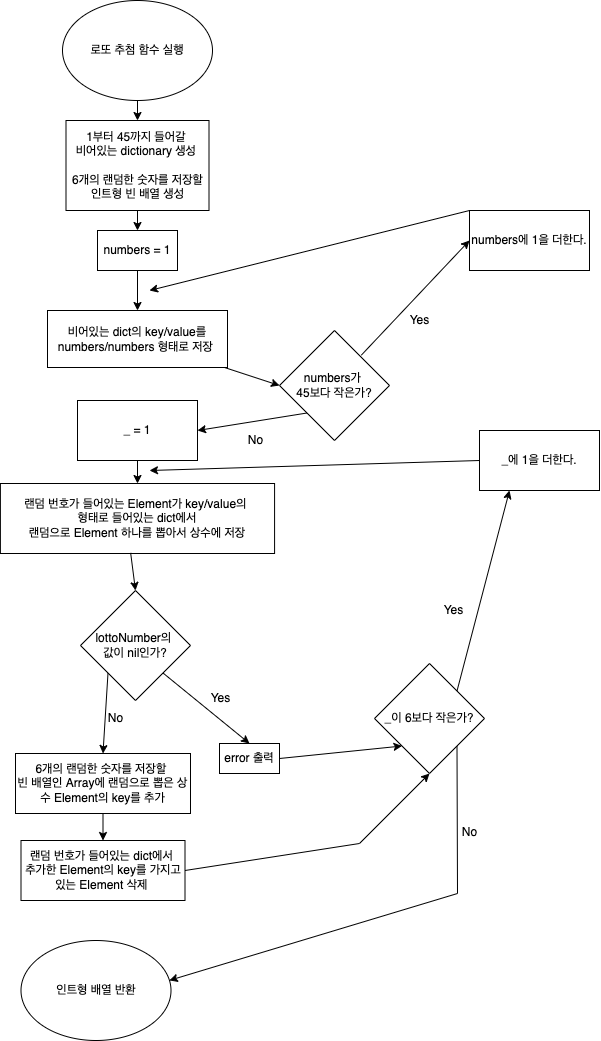
Above: CodeStarterCamp_Week2/randomLotto.flowchart.png in yagom-academy/swift-starter-Round2 (draw.io), before the change. Source tidied: cells renumbered, new cells last; positions are measured from the earlier drawing's top-left corner, leaving out a move shared by most shapes.
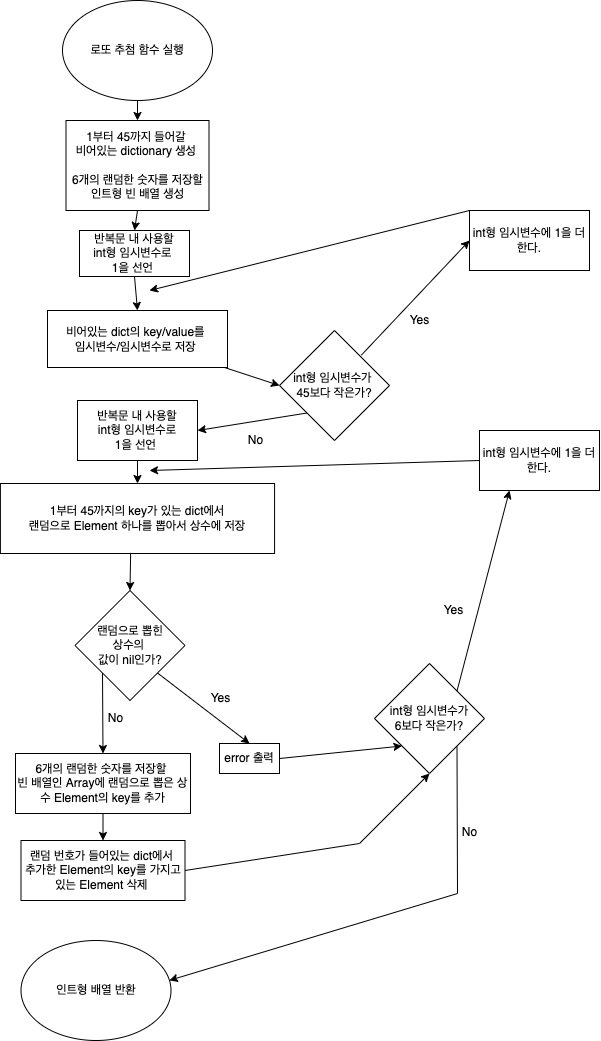
Later version of the same file.

Commit message:
randomLotto Flowchart png file update && 코드없는 순서도로 변경

What changed in the source:
```diff
@@ -14,19 +14,19 @@
     <mxCell id="5" style="endArrow=classic;html=1;rounded=0;exitX=0.5;exitY=1;exitDx=0;exitDy=0;entryX=0.5;entryY=0;entryDx=0;entryDy=0;" parent="1" edge="1" source="2" target="4">
       <mxGeometry relative="1" as="geometry" />
     </mxCell>
-    <mxCell id="6" value="numbers = 1" style="rounded=0;whiteSpace=wrap;html=1;" parent="1" vertex="1">
-      <mxGeometry x="97" y="230" width="80" height="40" as="geometry" />
+    <mxCell id="6" value="반복문 내 사용할&lt;br&gt;int형 임시변수로 &lt;br&gt;1을 선언&amp;nbsp;" style="rounded=0;whiteSpace=wrap;html=1;" parent="1" vertex="1">
+      <mxGeometry x="79" y="230" width="110" height="46" as="geometry" />
     </mxCell>
     <mxCell id="7" style="endArrow=classic;html=1;rounded=0;exitX=0.5;exitY=1;exitDx=0;exitDy=0;entryX=0.5;entryY=0;entryDx=0;entryDy=0;" parent="1" edge="1" source="4" target="6">
       <mxGeometry relative="1" as="geometry" />
     </mxCell>
-    <mxCell id="8" value="numbers가 &lt;br&gt;45보다 작은가?" style="rhombus;whiteSpace=wrap;html=1;" parent="1" vertex="1">
+    <mxCell id="8" value="int형 임시변수가 &lt;br&gt;45보다 작은가?" style="rhombus;whiteSpace=wrap;html=1;" parent="1" vertex="1">
       <mxGeometry x="279" y="330" width="110" height="110" as="geometry" />
     </mxCell>
-    <mxCell id="9" value="numbers에 1을 더한다." style="rounded=0;whiteSpace=wrap;html=1;" parent="1" vertex="1">
+    <mxCell id="9" value="int형 임시변수에 1을 더한다." style="rounded=0;whiteSpace=wrap;html=1;" parent="1" vertex="1">
       <mxGeometry x="469" y="210" width="120" height="60" as="geometry" />
     </mxCell>
-    <mxCell id="10" value="&lt;span&gt;비어있는 dict의 key/value를 numbers/&lt;/span&gt;numbers 형태로 저장&lt;span&gt;&amp;nbsp;&lt;br&gt;&lt;/span&gt;" style="rounded=0;whiteSpace=wrap;html=1;" parent="1" vertex="1">
+    <mxCell id="10" value="&lt;span&gt;비어있는 dict의 key/value를 &lt;br&gt;&lt;/span&gt;임시변수/임시변수로 저장&lt;span&gt;&amp;nbsp;&lt;br&gt;&lt;/span&gt;" style="rounded=0;whiteSpace=wrap;html=1;" parent="1" vertex="1">
       <mxGeometry x="47" y="310" width="180" height="57" as="geometry" />
     </mxCell>
     <mxCell id="11" style="endArrow=classic;html=1;rounded=0;exitX=0.5;exitY=1;exitDx=0;exitDy=0;entryX=0.5;entryY=0;entryDx=0;entryDy=0;" parent="1" edge="1" source="6" target="10">
@@ -46,7 +46,7 @@
         <mxPoint x="149" y="290" as="targetPoint" />
       </mxGeometry>
     </mxCell>
-    <mxCell id="16" value="_ = 1" style="rounded=0;whiteSpace=wrap;html=1;" parent="1" vertex="1">
+    <mxCell id="16" value="반복문 내 사용할&lt;br&gt;int형 임시변수로&lt;br&gt;1을 선언&amp;nbsp;" style="rounded=0;whiteSpace=wrap;html=1;" parent="1" vertex="1">
       <mxGeometry x="77" y="400" width="120" height="60" as="geometry" />
     </mxCell>
     <mxCell id="17" style="endArrow=classic;html=1;rounded=0;exitX=0;exitY=1;exitDx=0;exitDy=0;entryX=1;entryY=0.5;entryDx=0;entryDy=0;" parent="1" edge="1" source="8" target="16">
@@ -55,14 +55,14 @@
     <mxCell id="18" value="No" style="text;html=1;align=center;verticalAlign=middle;strokeColor=none;fillColor=none;" parent="1" vertex="1">
       <mxGeometry x="239.5" y="430" width="30" height="20" as="geometry" />
     </mxCell>
-    <mxCell id="19" value="랜덤 번호가 들어있는 Element가 key/value의 &lt;br&gt;형태로 들어있는 dict에서&lt;br&gt;랜덤으로 Element 하나를 뽑아서 상수에 저장" style="rounded=0;whiteSpace=wrap;html=1;" parent="1" vertex="1">
+    <mxCell id="19" value="1부터 45까지의 key가 있는 dict에서&lt;br&gt;랜덤으로 Element 하나를 뽑아서 상수에 저장" style="rounded=0;whiteSpace=wrap;html=1;" parent="1" vertex="1">
       <mxGeometry x="-0.1" y="483" width="274.2" height="70" as="geometry" />
     </mxCell>
     <mxCell id="20" style="endArrow=classic;html=1;rounded=0;exitX=0.5;exitY=1;exitDx=0;exitDy=0;entryX=0.5;entryY=0;entryDx=0;entryDy=0;" parent="1" edge="1" source="16" target="19">
       <mxGeometry relative="1" as="geometry" />
     </mxCell>
-    <mxCell id="21" value="lottoNumber의 &lt;br&gt;값이 nil인가?" style="rhombus;whiteSpace=wrap;html=1;" parent="1" vertex="1">
-      <mxGeometry x="80" y="590" width="110" height="110" as="geometry" />
+    <mxCell id="21" value="랜덤으로 뽑힌&lt;br&gt;상수의 &lt;br&gt;값이 nil인가?" style="rhombus;whiteSpace=wrap;html=1;" parent="1" vertex="1">
+      <mxGeometry x="74.5" y="590" width="110" height="110" as="geometry" />
     </mxCell>
     <mxCell id="22" style="endArrow=classic;html=1;rounded=0;exitX=1;exitY=1;exitDx=0;exitDy=0;entryX=0.5;entryY=0;entryDx=0;entryDy=0;" parent="1" edge="1" source="21" target="27">
       <mxGeometry relative="1" as="geometry" />
@@ -85,7 +85,7 @@
     <mxCell id="28" value="&lt;span&gt;6개의 랜덤한 숫자를 저장할 &lt;br&gt;빈 배열인 Array에 랜덤으로 뽑은 상수 Element의 key를 추가&lt;/span&gt;" style="rounded=0;whiteSpace=wrap;html=1;" parent="1" vertex="1">
       <mxGeometry x="15" y="753" width="175" height="60" as="geometry" />
     </mxCell>
-    <mxCell id="29" value="_이 6보다 작은가?" style="rhombus;whiteSpace=wrap;html=1;" parent="1" vertex="1">
+    <mxCell id="29" value="int형 임시변수가&lt;br&gt;6보다 작은가?" style="rhombus;whiteSpace=wrap;html=1;" parent="1" vertex="1">
       <mxGeometry x="374" y="663" width="110" height="110" as="geometry" />
     </mxCell>
     <mxCell id="30" style="endArrow=classic;html=1;rounded=0;exitX=1;exitY=0.5;exitDx=0;exitDy=0;entryX=0;entryY=1;entryDx=0;entryDy=0;" parent="1" edge="1" source="27" target="29">
@@ -104,7 +104,7 @@
     <mxCell id="33" value="랜덤 번호가 들어있는 dict에서 &lt;br&gt;추가한 Element의 key를 가지고 있는 Element 삭제&amp;nbsp;" style="rounded=0;whiteSpace=wrap;html=1;" parent="1" vertex="1">
       <mxGeometry x="20.5" y="840" width="164" height="60" as="geometry" />
     </mxCell>
-    <mxCell id="34" value="_에 1을 더한다." style="rounded=0;whiteSpace=wrap;html=1;" parent="1" vertex="1">
+    <mxCell id="34" value="int형 임시변수에 1을 더한다." style="rounded=0;whiteSpace=wrap;html=1;" parent="1" vertex="1">
       <mxGeometry x="479" y="430" width="120" height="60" as="geometry" />
     </mxCell>
     <mxCell id="35" style="endArrow=classic;html=1;rounded=0;exitX=0;exitY=0.5;exitDx=0;exitDy=0;" parent="1" edge="1" source="34">
```
